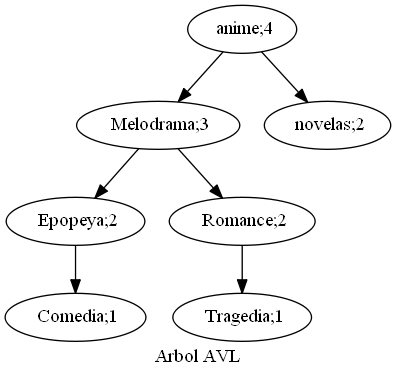
hr9457/EDD_1S2020_PY2_201314296 keeps this Graphviz diagram as EDD_Proyecto2/Reportes/ArbolAVL.png. Above is the earlier version. Its source is kept beside it as EDD_Proyecto2/ArchivosDot/ArbolAVL.dot.
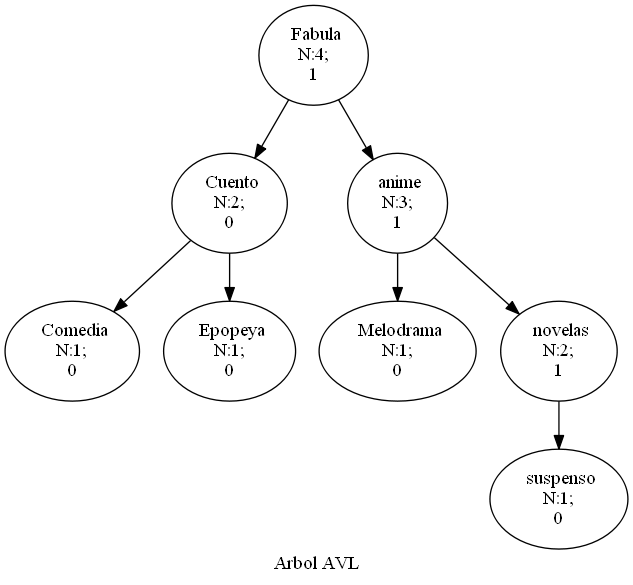
After the change.

Commit message:
eliminacion en un arbol AVL

What changed in the source:
```diff
@@ -1,18 +1,36 @@
 digraph arbolAVL{
 rankdir=TB;
-nodoanime[ label = " anime;4" ];
+nodoFabula[ label = " Fabula
+N:4;
+1" ];
+nodoFabula->nodoCuento;
+nodoCuento[ label = " Cuento
+N:2;
+0" ];
+nodoCuento->nodoComedia;
+nodoComedia[ label = " Comedia
+N:1;
+0" ];
+nodoCuento->nodoEpopeya;
+nodoEpopeya[ label = " Epopeya
+N:1;
+0" ];
+nodoFabula->nodoanime;
+nodoanime[ label = " anime
+N:3;
+1" ];
 nodoanime->nodoMelodrama;
-nodoMelodrama[ label = " Melodrama;3" ];
-nodoMelodrama->nodoEpopeya;
-nodoEpopeya[ label = " Epopeya;2" ];
-nodoEpopeya->nodoComedia;
-nodoComedia[ label = " Comedia;1" ];
-nodoMelodrama->nodoRomance;
-nodoRomance[ label = " Romance;2" ];
-nodoRomance->nodoTragedia;
-nodoTragedia[ label = " Tragedia;1" ];
+nodoMelodrama[ label = " Melodrama
+N:1;
+0" ];
 nodoanime->nodonovelas;
-nodonovelas[ label = " novelas;2" ];
+nodonovelas[ label = " novelas
+N:2;
+1" ];
+nodonovelas->nodosuspenso;
+nodosuspenso[ label = " suspenso
+N:1;
+0" ];
 
 label = " Arbol AVL ";
 }
```
